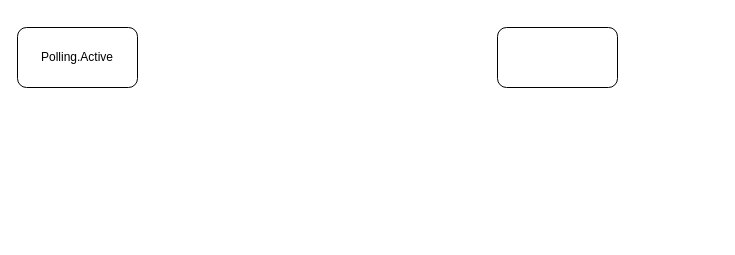
Earlier version of the draw.io diagram Draw/PCIe_Polling.drawio (Charles-Charmless/picx-images-hosting). Source tidied: cells renumbered, new cells numbered last; positions are measured from the earlier drawing's top-left corner, leaving out a move shared by most shapes. Both pictures are drawn from the tidied source at 100%, with x=0, y=0 at pixel (17, 27).
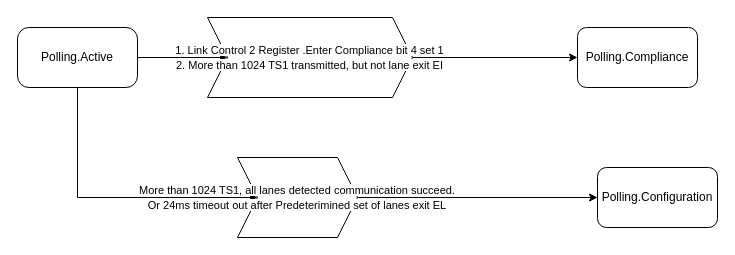
The same page after the edit.

The edit, as a diff of the source:
```diff
@@
 <mxGraphModel>
   <root>
     <mxCell id="0" />
     <mxCell id="1" parent="0" />
+    <mxCell id="4" style="edgeStyle=orthogonalEdgeStyle;rounded=0;jettySize=auto;html=1;" parent="1" edge="1" source="2" target="8">
+      <mxGeometry relative="1" as="geometry" />
+    </mxCell>
+    <mxCell id="5" style="edgeStyle=orthogonalEdgeStyle;rounded=0;jettySize=auto;html=1;entryX=0;entryY=0.5;entryDx=0;entryDy=0;" parent="1" edge="1" source="2" target="10">
+      <mxGeometry relative="1" as="geometry">
+        <Array as="points">
+          <mxPoint x="60" y="170" />
+        </Array>
+      </mxGeometry>
+    </mxCell>
-    <mxCell id="2" value="Polling.Active" style="rounded=1;whiteSpace=wrap;html=1;" parent="1" vertex="1">
+    <mxCell id="2" value="Polling.Active" style="rounded=1;whiteSpace=wrap;html=1;arcSize=19;" parent="1" vertex="1">
       <mxGeometry width="120" height="60" as="geometry" />
     </mxCell>
-    <mxCell id="3" style="rounded=1;whiteSpace=wrap;html=1;" parent="1" vertex="1">
-      <mxGeometry x="480" width="120" height="60" as="geometry" />
+    <mxCell id="3" value="Polling.Compliance" style="rounded=1;whiteSpace=wrap;html=1;" parent="1" vertex="1">
+      <mxGeometry x="560" width="120" height="60" as="geometry" />
     </mxCell>
+    <mxCell id="6" value="Polling.Configuration" style="rounded=1;whiteSpace=wrap;html=1;" parent="1" vertex="1">
+      <mxGeometry x="580" y="140" width="120" height="60" as="geometry" />
+    </mxCell>
+    <mxCell id="7" style="edgeStyle=orthogonalEdgeStyle;rounded=0;jettySize=auto;html=1;entryX=0;entryY=0.5;entryDx=0;entryDy=0;" parent="1" edge="1" source="8" target="3">
+      <mxGeometry relative="1" as="geometry" />
+    </mxCell>
+    <mxCell id="8" value="&lt;span style=&quot;font-size: 11px; text-wrap: nowrap; background-color: rgb(255, 255, 255);&quot;&gt;1. Link Control 2 Register .Enter Compliance bit 4 set 1&lt;/span&gt;&lt;div&gt;&lt;span style=&quot;font-size: 11px; text-wrap: nowrap; background-color: rgb(255, 255, 255);&quot;&gt;2. More than 1024 TS1 transmitted, but not lane exit EI&lt;/span&gt;&lt;/div&gt;" style="shape=step;perimeter=stepPerimeter;whiteSpace=wrap;html=1;fixedSize=1;" parent="1" vertex="1">
+      <mxGeometry x="190" y="-10" width="205" height="80" as="geometry" />
+    </mxCell>
+    <mxCell id="9" style="edgeStyle=orthogonalEdgeStyle;rounded=0;jettySize=auto;html=1;exitX=1;exitY=0.5;exitDx=0;exitDy=0;entryX=0;entryY=0.5;entryDx=0;entryDy=0;" parent="1" edge="1" source="10" target="6">
+      <mxGeometry relative="1" as="geometry" />
+    </mxCell>
+    <mxCell id="10" value="&lt;span style=&quot;font-size: 11px; text-wrap: nowrap; background-color: rgb(255, 255, 255);&quot;&gt;More than 1024 TS1,&amp;nbsp;&lt;/span&gt;&lt;span style=&quot;background-color: rgb(255, 255, 255); font-size: 11px; text-wrap: nowrap;&quot;&gt;all lanes detected communication succeed.&lt;/span&gt;&lt;div&gt;&lt;span style=&quot;background-color: rgb(255, 255, 255); font-size: 11px; text-wrap: nowrap;&quot;&gt;Or 24ms timeout out after Predeterimined set of lanes exit EL&lt;/span&gt;&lt;/div&gt;" style="shape=step;perimeter=stepPerimeter;whiteSpace=wrap;html=1;fixedSize=1;" parent="1" vertex="1">
+      <mxGeometry x="220" y="130" width="120" height="80" as="geometry" />
+    </mxCell>
   </root>
 </mxGraphModel>
```
